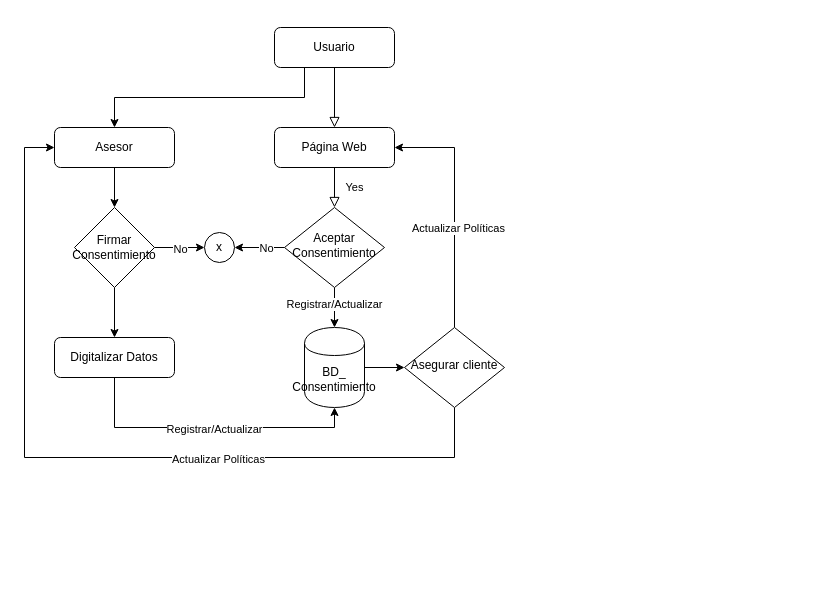
Earlier version of the draw.io diagram Diagrama sin título.drawio (JeanVillamar/imagen2). Source tidied: cells renumbered, new cells numbered last; positions are measured from the earlier drawing's top-left corner, leaving out a move shared by most shapes. Both pictures are drawn from the tidied source at 100%, with x=0, y=0 at pixel (24, 27).
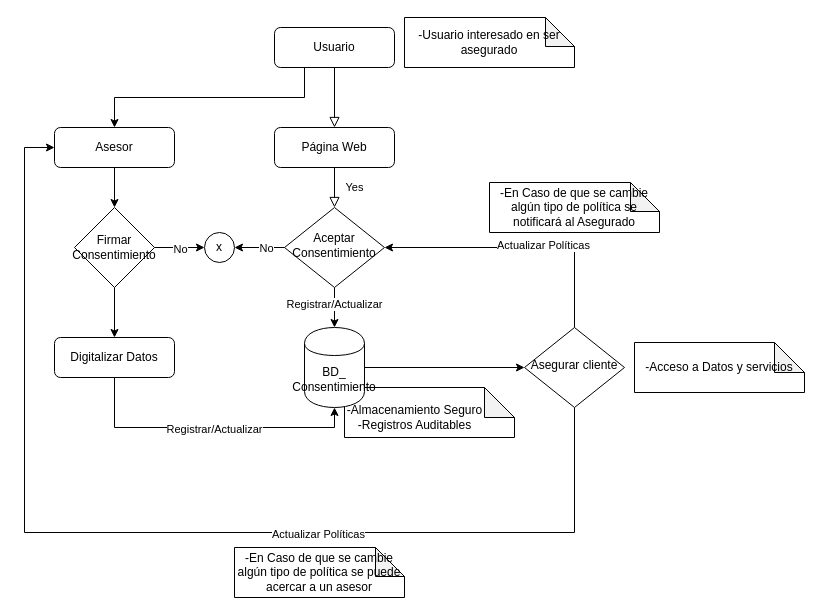
The same diagram, later.

Unchanged cells that the change refers to:
```xml
<mxCell id="10" value="Aceptar Consentimiento" style="rhombus;whiteSpace=wrap;html=1;shadow=0;fontFamily=Helvetica;fontSize=12;align=center;strokeWidth=1;spacing=6;spacingTop=-4;" parent="1" vertex="1">
  <mxGeometry x="260" y="180" width="100" height="80" as="geometry" />
</mxCell>
<mxCell id="12" value="Asesor" style="rounded=1;whiteSpace=wrap;html=1;fontSize=12;glass=0;strokeWidth=1;shadow=0;" parent="1" vertex="1">
  <mxGeometry x="30" y="100" width="120" height="40" as="geometry" />
</mxCell>
<mxCell id="13" value="Página Web" style="rounded=1;whiteSpace=wrap;html=1;fontSize=12;glass=0;strokeWidth=1;shadow=0;" parent="1" vertex="1">
  <mxGeometry x="250" y="100" width="120" height="40" as="geometry" />
</mxCell>
```

The edit, as a diff of the source:
```diff
@@
+    <mxCell id="29" style="shape=note;whiteSpace=wrap;html=1;backgroundOutline=1;darkOpacity=0.05;" parent="1" vertex="1">
+      <mxGeometry x="320" y="360" width="170" height="50" as="geometry" />
+    </mxCell>
@@
-    <mxCell id="24" style="edgeStyle=orthogonalEdgeStyle;rounded=0;jettySize=auto;html=1;entryX=0;entryY=0.5;entryDx=0;entryDy=0;" parent="1" edge="1" source="28" target="12">
+    <mxCell id="24" style="edgeStyle=orthogonalEdgeStyle;rounded=0;jettySize=auto;html=1;entryX=0;entryY=0.5;entryDx=0;entryDy=0;exitX=0.5;exitY=1;exitDx=0;exitDy=0;" parent="1" edge="1" source="28" target="12">
       <mxGeometry relative="1" as="geometry">
         <Array as="points">
-          <mxPoint x="430" y="430" />
-          <mxPoint y="430" />
+          <mxPoint x="550" y="505" />
+          <mxPoint y="505" />
           <mxPoint y="120" />
         </Array>
       </mxGeometry>
     </mxCell>
@@
-    <mxCell id="26" style="edgeStyle=orthogonalEdgeStyle;rounded=0;jettySize=auto;html=1;entryX=1;entryY=0.5;entryDx=0;entryDy=0;" parent="1" edge="1" source="28" target="13">
+    <mxCell id="26" style="edgeStyle=orthogonalEdgeStyle;rounded=0;jettySize=auto;html=1;entryX=1;entryY=0.5;entryDx=0;entryDy=0;exitX=0.5;exitY=0;exitDx=0;exitDy=0;" parent="1" edge="1" source="28" target="10">
       <mxGeometry relative="1" as="geometry">
         <Array as="points">
-          <mxPoint x="430" y="120" />
+          <mxPoint x="550" y="220" />
         </Array>
       </mxGeometry>
     </mxCell>
@@
     <mxCell id="28" value="Asegurar cliente" style="rhombus;whiteSpace=wrap;html=1;shadow=0;fontFamily=Helvetica;fontSize=12;align=center;strokeWidth=1;spacing=6;spacingTop=-4;" parent="1" vertex="1">
-      <mxGeometry x="380" y="300" width="100" height="80" as="geometry" />
+      <mxGeometry x="500" y="300" width="100" height="80" as="geometry" />
     </mxCell>
+    <mxCell id="30" value="-Almacenamiento Seguro&lt;div&gt;-Registros Auditables&lt;/div&gt;" style="text;html=1;align=center;verticalAlign=middle;strokeColor=none;fillColor=none;" parent="1" vertex="1">
+      <mxGeometry x="310" y="370" width="160" height="40" as="geometry" />
+    </mxCell>
+    <mxCell id="31" value="-Acceso a Datos y servicios" style="shape=note;whiteSpace=wrap;html=1;backgroundOutline=1;darkOpacity=0.05;" parent="1" vertex="1">
+      <mxGeometry x="610" y="315" width="170" height="50" as="geometry" />
+    </mxCell>
+    <mxCell id="32" value="-En Caso de que se cambie algún tipo de política se notificará al Asegurado" style="shape=note;whiteSpace=wrap;html=1;backgroundOutline=1;darkOpacity=0.05;size=29;" parent="1" vertex="1">
+      <mxGeometry x="465" y="155" width="170" height="50" as="geometry" />
+    </mxCell>
+    <mxCell id="33" value="-En Caso de que se cambie algún tipo de política se puede acercar a un asesor" style="shape=note;whiteSpace=wrap;html=1;backgroundOutline=1;darkOpacity=0.05;size=29;" parent="1" vertex="1">
+      <mxGeometry x="210" y="520" width="170" height="50" as="geometry" />
+    </mxCell>
+    <mxCell id="34" value="-Usuario interesado en ser asegurado" style="shape=note;whiteSpace=wrap;html=1;backgroundOutline=1;darkOpacity=0.05;size=29;" parent="1" vertex="1">
+      <mxGeometry x="380" y="-10" width="170" height="50" as="geometry" />
+    </mxCell>
```
